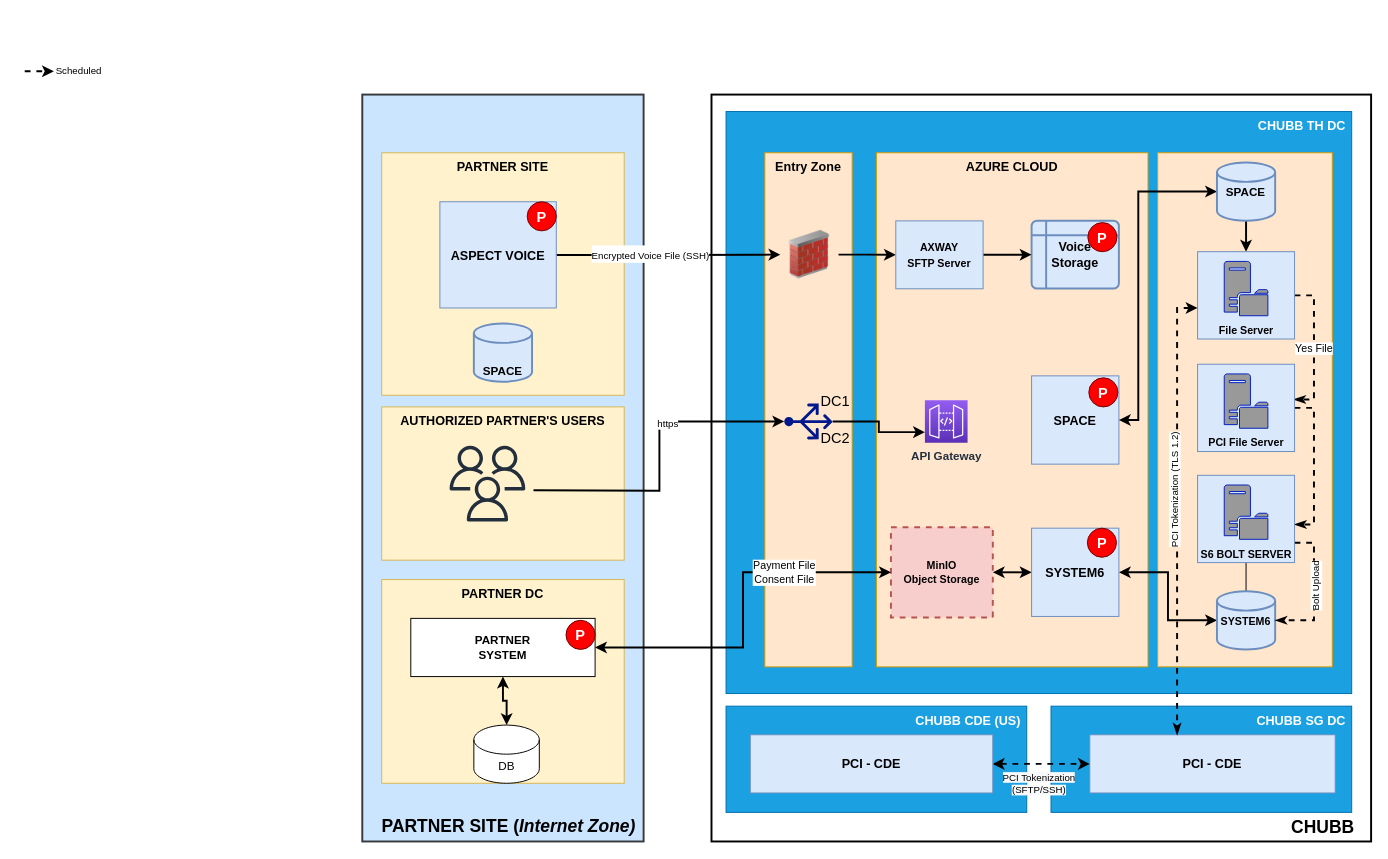
The draw.io diagram KTB.drawio in saileshsharma/saileshsharma, before the edit. Source tidied: cells renumbered, new cells numbered last; positions are measured from the earlier drawing's top-left corner, leaving out a move shared by most shapes. Both pictures are drawn from the tidied source at 97%, with x=0, y=0 at pixel (24, 55).
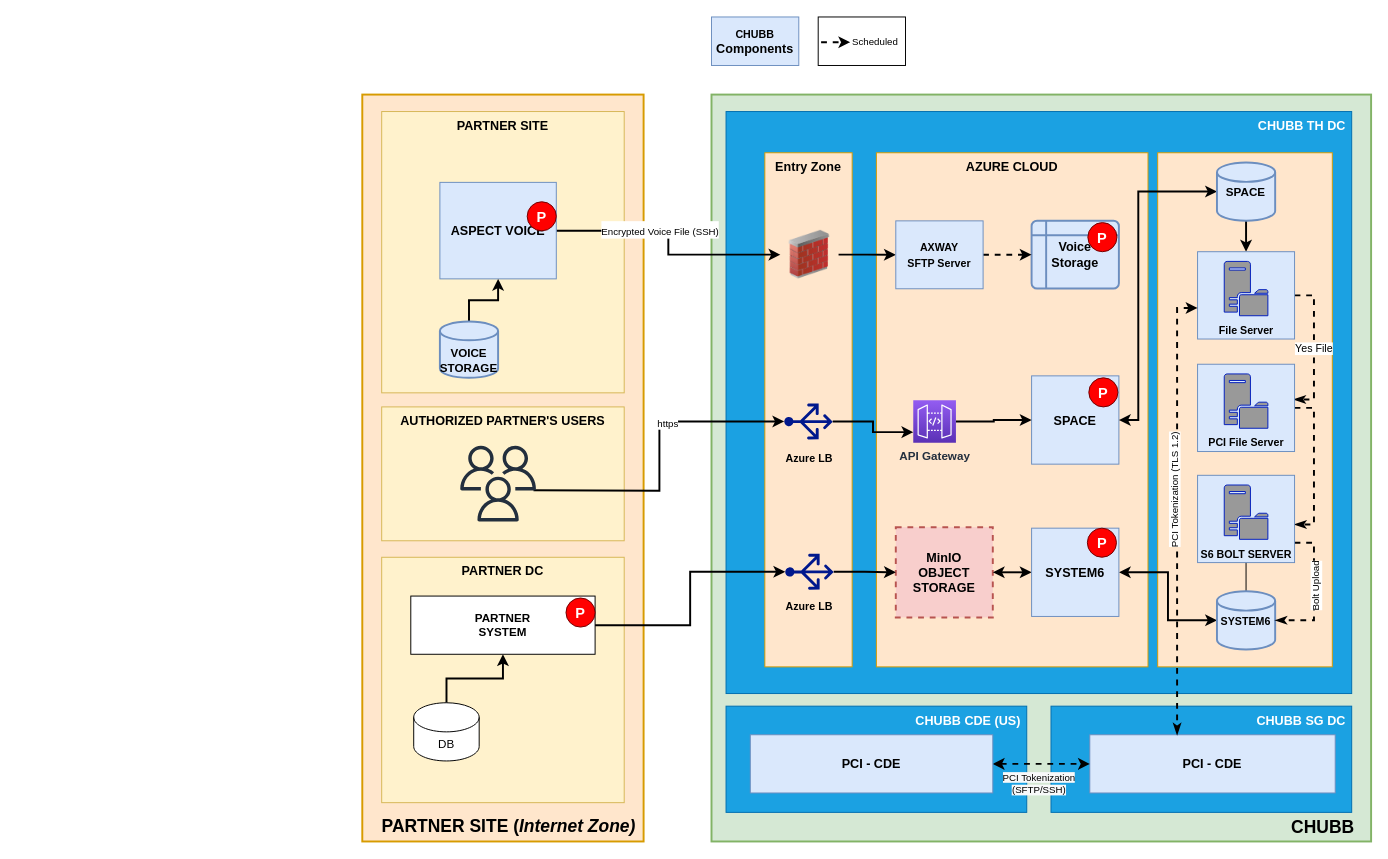
Above is the later version.

The change refers to these unchanged cells:
```xml
<mxCell id="12" value="SPACE" style="rounded=0;whiteSpace=wrap;html=1;fontSize=13;fillColor=#dae8fc;strokeColor=#6c8ebf;fontStyle=1;" parent="1" vertex="1">
  <mxGeometry x="1038" y="330" width="90" height="91" as="geometry" />
</mxCell>
<mxCell id="13" value="Voice&lt;br&gt;Storage" style="shape=internalStorage;whiteSpace=wrap;html=1;dx=15;dy=15;rounded=1;arcSize=8;strokeWidth=2;fontSize=13;fillColor=#dae8fc;strokeColor=#6c8ebf;fontStyle=1;" parent="1" vertex="1">
  <mxGeometry x="1038" y="170" width="90" height="70" as="geometry" />
</mxCell>
<mxCell id="59" value="&lt;font style=&quot;font-size: 11px;&quot;&gt;AXWAY&lt;br&gt;SFTP Server&lt;/font&gt;" style="rounded=0;whiteSpace=wrap;html=1;fontSize=13;fillColor=#dae8fc;strokeColor=#6c8ebf;fontStyle=1;" parent="1" vertex="1">
  <mxGeometry x="898" y="170.2" width="90" height="70" as="geometry" />
</mxCell>
```

Change to the diagram source:
```diff
@@
+    <mxCell id="69" style="rounded=0;whiteSpace=wrap;html=1;fontSize=13;fontStyle=1;" parent="1" vertex="1">
+      <mxGeometry x="818" y="-40" width="90" height="50" as="geometry" />
+    </mxCell>
-    <mxCell id="2" value="&lt;div style=&quot;&quot;&gt;&lt;span style=&quot;background-color: initial; font-size: 18px;&quot;&gt;&lt;b&gt;PARTNER SITE (&lt;i&gt;Internet Zone)&lt;/i&gt;&lt;/b&gt;&lt;/span&gt;&lt;/div&gt;" style="rounded=0;whiteSpace=wrap;html=1;fillColor=#cce5ff;strokeColor=#36393d;verticalAlign=bottom;align=right;spacingRight=6;spacingBottom=1;strokeWidth=2;" parent="1" vertex="1">
+    <mxCell id="2" value="&lt;div style=&quot;&quot;&gt;&lt;span style=&quot;background-color: initial; font-size: 18px;&quot;&gt;&lt;b&gt;PARTNER SITE (&lt;i&gt;Internet Zone)&lt;/i&gt;&lt;/b&gt;&lt;/span&gt;&lt;/div&gt;" style="rounded=0;whiteSpace=wrap;html=1;fillColor=#ffe6cc;strokeColor=#d79b00;verticalAlign=bottom;align=right;spacingRight=6;spacingBottom=1;strokeWidth=2;" parent="1" vertex="1">
       <mxGeometry x="348" y="40" width="290" height="770" as="geometry" />
     </mxCell>
     <mxCell id="3" value="PARTNER DC" style="rounded=0;whiteSpace=wrap;html=1;verticalAlign=top;fontStyle=1;fontSize=13;fillColor=#fff2cc;strokeColor=#d6b656;" parent="1" vertex="1">
-      <mxGeometry x="368" y="540" width="250" height="210" as="geometry" />
+      <mxGeometry x="368" y="517" width="250" height="253" as="geometry" />
     </mxCell>
-    <mxCell id="4" style="edgeStyle=orthogonalEdgeStyle;rounded=0;jettySize=auto;html=1;fontSize=11;fontColor=#000000;startArrow=classic;startFill=1;strokeWidth=2;" parent="1" edge="1" source="5" target="6">
+    <mxCell id="4" style="edgeStyle=orthogonalEdgeStyle;rounded=0;jettySize=auto;html=1;entryX=0.5;entryY=1;entryDx=0;entryDy=0;fontSize=13;fontColor=#000000;startArrow=none;startFill=0;strokeWidth=2;" parent="1" edge="1" source="5" target="6">
       <mxGeometry relative="1" as="geometry" />
     </mxCell>
     <mxCell id="5" value="DB" style="shape=cylinder3;whiteSpace=wrap;html=1;boundedLbl=1;backgroundOutline=1;size=15;" parent="1" vertex="1">
-      <mxGeometry x="463" y="690" width="67.5" height="60" as="geometry" />
+      <mxGeometry x="401" y="667" width="67.5" height="60" as="geometry" />
     </mxCell>
     <mxCell id="6" value="&lt;b&gt;PARTNER&lt;br&gt;SYSTEM&lt;br&gt;&lt;/b&gt;" style="rounded=0;whiteSpace=wrap;html=1;" parent="1" vertex="1">
-      <mxGeometry x="398" y="580" width="190" height="60" as="geometry" />
+      <mxGeometry x="398" y="557" width="190" height="60" as="geometry" />
     </mxCell>
-    <mxCell id="7" value="CHUBB" style="rounded=0;whiteSpace=wrap;html=1;fillColor=default;strokeColor=#000000;verticalAlign=bottom;align=right;fontStyle=1;spacingRight=15;fontSize=18;strokeWidth=2;" parent="1" vertex="1">
+    <mxCell id="7" value="CHUBB" style="rounded=0;whiteSpace=wrap;html=1;fillColor=#d5e8d4;strokeColor=#82b366;verticalAlign=bottom;align=right;fontStyle=1;spacingRight=15;fontSize=18;strokeWidth=2;" parent="1" vertex="1">
       <mxGeometry x="708" y="40" width="680" height="770" as="geometry" />
     </mxCell>
@@
+    <mxCell id="70" style="edgeStyle=orthogonalEdgeStyle;rounded=0;jettySize=auto;html=1;fontSize=13;fontColor=#000000;startArrow=none;startFill=0;strokeWidth=2;" parent="1" edge="1" source="20" target="12">
+      <mxGeometry relative="1" as="geometry" />
+    </mxCell>
     <mxCell id="20" value="&lt;b&gt;API Gateway&lt;/b&gt;" style="sketch=0;points=[[0,0,0],[0.25,0,0],[0.5,0,0],[0.75,0,0],[1,0,0],[0,1,0],[0.25,1,0],[0.5,1,0],[0.75,1,0],[1,1,0],[0,0.25,0],[0,0.5,0],[0,0.75,0],[1,0.25,0],[1,0.5,0],[1,0.75,0]];outlineConnect=0;fontColor=#232F3E;gradientColor=#945DF2;gradientDirection=north;fillColor=#5A30B5;strokeColor=#ffffff;dashed=0;verticalLabelPosition=bottom;verticalAlign=top;align=center;html=1;fontSize=12;fontStyle=0;shape=mxgraph.aws4.resourceIcon;resIcon=mxgraph.aws4.api_gateway;" parent="1" vertex="1">
-      <mxGeometry x="928" y="355" width="44" height="44" as="geometry" />
+      <mxGeometry x="916" y="355" width="44" height="44" as="geometry" />
     </mxCell>
@@
-    <mxCell id="38" style="endArrow=classic;startArrow=none;html=1;rounded=0;dashed=1;fontSize=10;strokeWidth=2;startFill=0;" parent="1" edge="1">
-      <mxGeometry relative="1" as="geometry">
-        <mxPoint y="16" as="sourcePoint" />
-        <mxPoint x="30" y="16" as="targetPoint" />
-      </mxGeometry>
-    </mxCell>
-    <mxCell id="39" value="Scheduled" style="text;html=1;strokeColor=none;fillColor=none;align=center;verticalAlign=middle;whiteSpace=wrap;rounded=0;labelBackgroundColor=default;fontSize=10;" parent="1" vertex="1">
-      <mxGeometry x="26" width="60" height="30" as="geometry" />
-    </mxCell>
@@
     <mxCell id="41" value="PARTNER SITE" style="rounded=0;whiteSpace=wrap;html=1;verticalAlign=top;fontStyle=1;fontSize=13;fillColor=#fff2cc;strokeColor=#d6b656;" parent="1" vertex="1">
-      <mxGeometry x="368" y="100" width="250" height="250" as="geometry" />
+      <mxGeometry x="368" y="57.5" width="250" height="290" as="geometry" />
     </mxCell>
@@
-    <mxCell id="44" value="&lt;b style=&quot;font-size: 13px;&quot;&gt;ASPECT VOICE&lt;/b&gt;" style="rounded=0;whiteSpace=wrap;html=1;fontSize=15;fillColor=#dae8fc;strokeColor=#6c8ebf;" parent="1" vertex="1">
-      <mxGeometry x="428" y="150.5" width="120" height="109.5" as="geometry" />
+    <mxCell id="44" value="&lt;b style=&quot;font-size: 13px;&quot;&gt;ASPECT VOICE&lt;/b&gt;" style="rounded=0;whiteSpace=wrap;html=1;fontSize=13;fillColor=#dae8fc;strokeColor=#6c8ebf;" parent="1" vertex="1">
+      <mxGeometry x="428" y="130.5" width="120" height="99.5" as="geometry" />
     </mxCell>
+    <mxCell id="71" style="edgeStyle=orthogonalEdgeStyle;rounded=0;jettySize=auto;html=1;entryX=0.5;entryY=1;entryDx=0;entryDy=0;fontSize=13;fontColor=#000000;startArrow=none;startFill=0;strokeWidth=2;" parent="1" edge="1" source="45" target="44">
+      <mxGeometry relative="1" as="geometry" />
+    </mxCell>
-    <mxCell id="45" value="&lt;span style=&quot;font-size: 12px;&quot;&gt;&lt;b&gt;SPACE&lt;/b&gt;&lt;/span&gt;" style="strokeWidth=2;html=1;shape=mxgraph.flowchart.database;whiteSpace=wrap;fontSize=13;fillColor=#dae8fc;verticalAlign=bottom;strokeColor=#6c8ebf;" parent="1" vertex="1">
-      <mxGeometry x="463" y="276" width="60" height="60" as="geometry" />
+    <mxCell id="45" value="&lt;span style=&quot;font-size: 12px;&quot;&gt;&lt;b&gt;VOICE&lt;br&gt;STORAGE&lt;/b&gt;&lt;/span&gt;" style="strokeWidth=2;html=1;shape=mxgraph.flowchart.database;whiteSpace=wrap;fontSize=13;fillColor=#dae8fc;verticalAlign=bottom;strokeColor=#6c8ebf;" parent="1" vertex="1">
+      <mxGeometry x="428" y="274" width="60" height="58" as="geometry" />
     </mxCell>
@@
-    <mxCell id="52" value="DC1" style="text;html=1;strokeColor=none;fillColor=none;align=center;verticalAlign=middle;whiteSpace=wrap;rounded=0;fontSize=15;fontColor=#000000;" parent="1" vertex="1">
-      <mxGeometry x="806" y="340.5" width="60" height="30" as="geometry" />
-    </mxCell>
-    <mxCell id="53" value="DC2" style="text;html=1;strokeColor=none;fillColor=none;align=center;verticalAlign=middle;whiteSpace=wrap;rounded=0;fontSize=15;fontColor=#000000;" parent="1" vertex="1">
-      <mxGeometry x="806" y="379" width="60" height="30" as="geometry" />
-    </mxCell>
@@
     <mxCell id="55" value="AUTHORIZED PARTNER'S USERS" style="rounded=0;whiteSpace=wrap;html=1;verticalAlign=top;fontStyle=1;fontSize=13;fillColor=#fff2cc;strokeColor=#d6b656;" parent="1" vertex="1">
-      <mxGeometry x="368" y="362" width="250" height="158" as="geometry" />
+      <mxGeometry x="368" y="362" width="250" height="138" as="geometry" />
     </mxCell>
@@
-    <mxCell id="58" style="edgeStyle=orthogonalEdgeStyle;rounded=0;jettySize=auto;html=1;fontSize=11;fontColor=#000000;strokeWidth=2;" parent="1" edge="1" source="59" target="13">
+    <mxCell id="58" style="edgeStyle=orthogonalEdgeStyle;rounded=0;jettySize=auto;html=1;fontSize=11;fontColor=#000000;strokeWidth=2;dashed=1;" parent="1" edge="1" source="59" target="13">
       <mxGeometry relative="1" as="geometry" />
     </mxCell>
@@
-    <mxCell id="61" value="&lt;b style=&quot;font-size: 11px;&quot;&gt;MinIO&lt;br&gt;Object Storage&lt;/b&gt;" style="rounded=0;whiteSpace=wrap;html=1;dashed=1;fontSize=10;strokeColor=#b85450;strokeWidth=2;fillColor=#f8cecc;" parent="1" vertex="1">
-      <mxGeometry x="893" y="486" width="105" height="93" as="geometry" />
+    <mxCell id="61" value="&lt;span style=&quot;font-size: 13px;&quot;&gt;&lt;span style=&quot;font-size: 13px;&quot;&gt;MinIO&lt;br style=&quot;font-size: 13px;&quot;&gt;&lt;/span&gt;&lt;/span&gt;OBJECT STORAGE" style="rounded=0;whiteSpace=wrap;html=1;dashed=1;fontSize=13;strokeColor=#b85450;strokeWidth=2;fillColor=#f8cecc;fontStyle=1;" parent="1" vertex="1">
+      <mxGeometry x="898" y="486" width="100" height="93" as="geometry" />
     </mxCell>
@@
-    <mxCell id="65" style="edgeStyle=orthogonalEdgeStyle;rounded=0;jettySize=auto;html=1;entryX=0;entryY=0.5;entryDx=0;entryDy=0;fontSize=10;fontColor=#000000;startArrow=classic;startFill=1;strokeWidth=2;" parent="1" edge="1" source="6" target="61">
-      <mxGeometry relative="1" as="geometry" />
-    </mxCell>
-    <mxCell id="66" value="Payment File&lt;br&gt;Consent File" style="edgeLabel;html=1;align=center;verticalAlign=middle;fontSize=11;fontColor=#000000;" parent="65" vertex="1">
-      <mxGeometry x="0.42" relative="1" as="geometry" />
-    </mxCell>
     <mxCell id="67" value="&lt;span style=&quot;font-size: 15px;&quot;&gt;P&lt;/span&gt;" style="ellipse;whiteSpace=wrap;html=1;fillColor=#FF0000;fontColor=#ffffff;strokeColor=#6F0000;fontSize=15;fontStyle=1;" parent="1" vertex="1">
-      <mxGeometry x="558" y="582" width="30" height="30" as="geometry" />
+      <mxGeometry x="558" y="559" width="30" height="30" as="geometry" />
     </mxCell>
     <mxCell id="68" style="sketch=0;fontColor=#232F3E;gradientColor=none;fillColor=#232F3D;strokeColor=none;dashed=0;verticalLabelPosition=bottom;verticalAlign=top;align=center;html=1;fontSize=12;fontStyle=0;shape=mxgraph.aws4.users;" parent="1" vertex="1">
-      <mxGeometry x="438" y="402" width="78" height="78" as="geometry" />
+      <mxGeometry x="449" y="402" width="78" height="78" as="geometry" />
     </mxCell>
+    <mxCell id="72" style="edgeStyle=orthogonalEdgeStyle;rounded=0;jettySize=auto;html=1;entryX=0;entryY=0.5;entryDx=0;entryDy=0;fontSize=13;fontColor=#000000;startArrow=none;startFill=0;strokeWidth=2;" parent="1" edge="1" source="73" target="61">
+      <mxGeometry relative="1" as="geometry" />
+    </mxCell>
+    <mxCell id="73" style="sketch=0;shadow=0;dashed=0;html=1;strokeColor=none;labelPosition=center;verticalLabelPosition=bottom;verticalAlign=top;align=center;fillColor=#00188D;shape=mxgraph.azure.load_balancer_generic;fontSize=15;fontColor=#000000;rotation=-90;" parent="1" vertex="1">
+      <mxGeometry x="790.5" y="507" width="37" height="50" as="geometry" />
+    </mxCell>
+    <mxCell id="74" style="edgeStyle=orthogonalEdgeStyle;rounded=0;jettySize=auto;html=1;entryX=0.5;entryY=0;entryDx=0;entryDy=0;entryPerimeter=0;fontSize=13;fontColor=#000000;startArrow=none;startFill=0;strokeWidth=2;" parent="1" edge="1" source="6" target="73">
+      <mxGeometry relative="1" as="geometry" />
+    </mxCell>
+    <mxCell id="75" value="&lt;font style=&quot;font-size: 11px;&quot;&gt;&lt;b&gt;Azure LB&lt;/b&gt;&lt;/font&gt;" style="text;html=1;strokeColor=none;fillColor=none;align=center;verticalAlign=middle;whiteSpace=wrap;rounded=0;dashed=1;fontSize=13;fontColor=#000000;" parent="1" vertex="1">
+      <mxGeometry x="779" y="552" width="60" height="30" as="geometry" />
+    </mxCell>
+    <mxCell id="76" value="&lt;font style=&quot;font-size: 11px;&quot;&gt;&lt;b&gt;Azure LB&lt;/b&gt;&lt;/font&gt;" style="text;html=1;strokeColor=none;fillColor=none;align=center;verticalAlign=middle;whiteSpace=wrap;rounded=0;dashed=1;fontSize=13;fontColor=#000000;" parent="1" vertex="1">
+      <mxGeometry x="779" y="399" width="60" height="30" as="geometry" />
+    </mxCell>
+    <mxCell id="77" value="&lt;span style=&quot;font-size: 11px;&quot;&gt;CHUBB&lt;br&gt;&lt;/span&gt;Components" style="rounded=0;whiteSpace=wrap;html=1;fontSize=13;fillColor=#dae8fc;strokeColor=#6c8ebf;fontStyle=1;" parent="1" vertex="1">
+      <mxGeometry x="708" y="-40" width="90" height="50" as="geometry" />
+    </mxCell>
+    <mxCell id="78" style="group;" parent="1" vertex="1">
+      <mxGeometry x="821" y="-30" width="86" height="30" as="geometry" />
+    </mxCell>
+    <mxCell id="38" style="endArrow=classic;startArrow=none;html=1;rounded=0;dashed=1;fontSize=10;strokeWidth=2;startFill=0;" parent="78" edge="1">
+      <mxGeometry relative="1" as="geometry">
+        <mxPoint y="16" as="sourcePoint" />
+        <mxPoint x="30" y="16" as="targetPoint" />
+      </mxGeometry>
+    </mxCell>
+    <mxCell id="39" value="Scheduled" style="text;html=1;strokeColor=none;fillColor=none;align=center;verticalAlign=middle;whiteSpace=wrap;rounded=0;labelBackgroundColor=default;fontSize=10;" parent="78" vertex="1">
+      <mxGeometry x="26" width="60" height="30" as="geometry" />
+    </mxCell>
```
